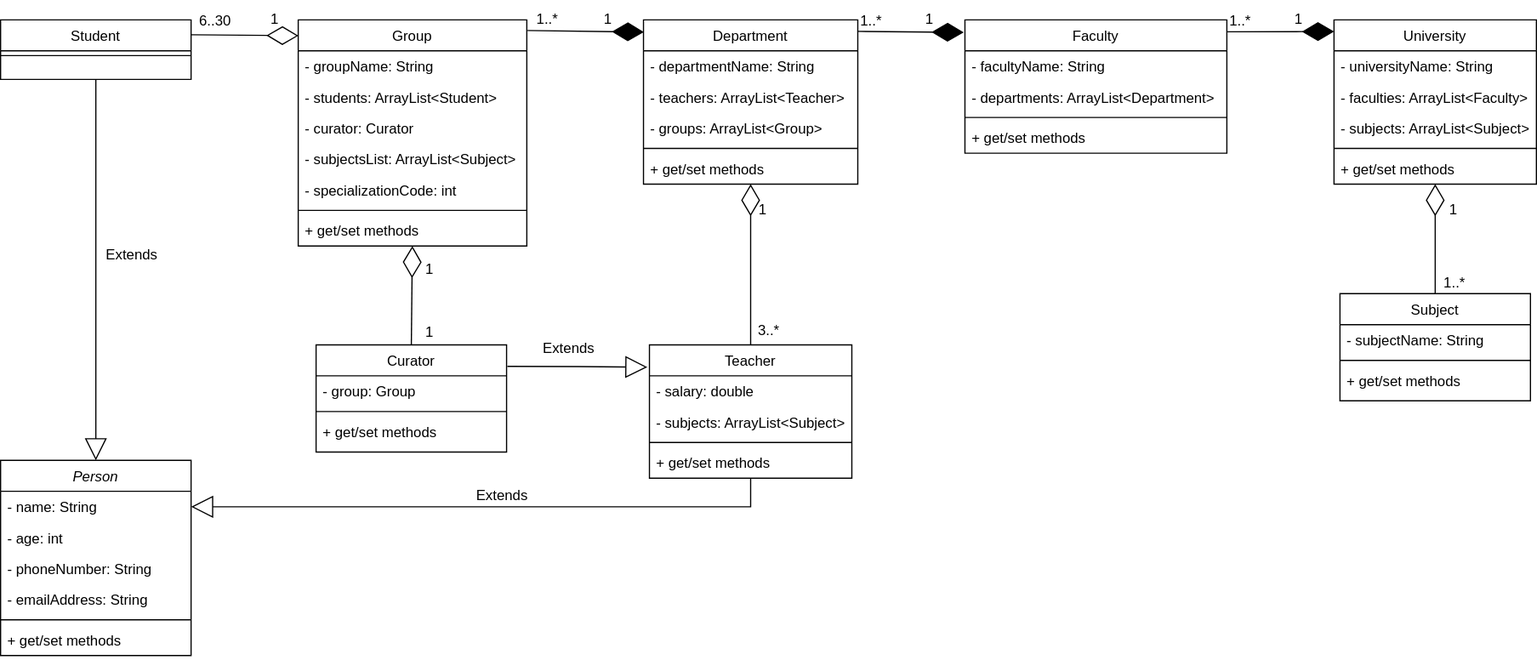
Above: task3/task3 diagram.svg in Fastroof/Infopulse-Junior-SE-Tasks (draw.io), before the change. Source tidied: cells renumbered, new cells last; positions are measured from the earlier drawing's top-left corner, leaving out a move shared by most shapes.
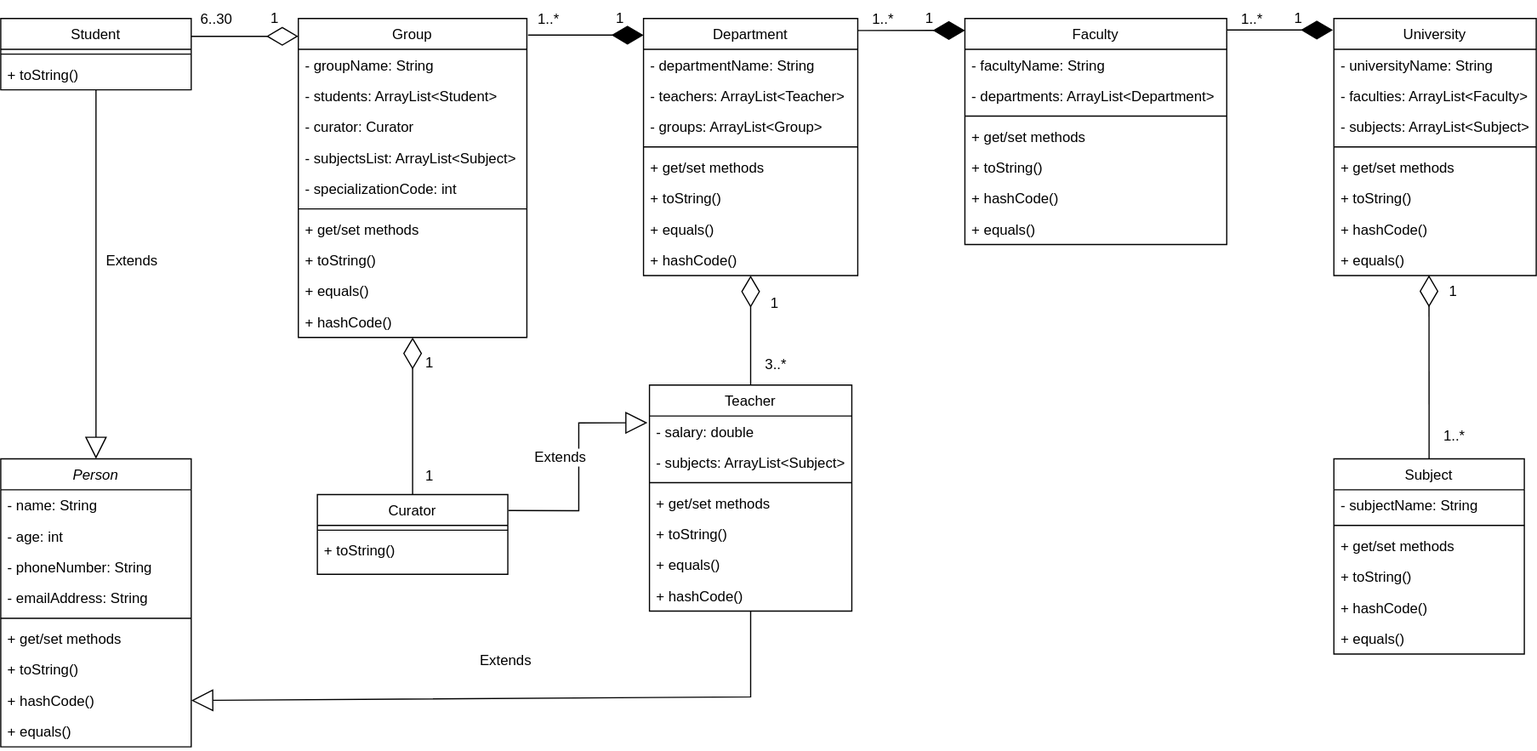
The same diagram one commit later.

Commit message:
Full update task3

What changed in the source:
```diff
@@ -1,2 +1,2 @@
-<mxGraphModel background="#FFFFFF">
+<mxGraphModel background="#ffffff">
   <root>
@@ -5,3 +5,3 @@
     <mxCell id="2" value="Person" style="swimlane;fontStyle=2;align=center;verticalAlign=top;horizontal=1;startSize=26;rounded=0;shadow=0;strokeWidth=1;" parent="1" vertex="1">
-      <mxGeometry y="380" width="160" height="164" as="geometry" />
+      <mxGeometry y="380" width="160" height="242" as="geometry" />
     </mxCell>
@@ -25,4 +25,13 @@
     </mxCell>
+    <mxCell id="73" value="+ toString()" style="text;align=left;verticalAlign=top;spacingLeft=4;spacingRight=4;overflow=hidden;" parent="2" vertex="1">
+      <mxGeometry y="164" width="160" height="26" as="geometry" />
+    </mxCell>
+    <mxCell id="74" value="+ hashCode()" style="text;align=left;verticalAlign=top;spacingLeft=4;spacingRight=4;overflow=hidden;points=[[0,0.5],[1,0.5]];portConstraint=eastwest;" parent="2" vertex="1">
+      <mxGeometry y="190" width="160" height="26" as="geometry" />
+    </mxCell>
+    <mxCell id="75" value="+ equals()" style="text;align=left;verticalAlign=top;spacingLeft=4;spacingRight=4;overflow=hidden;" parent="2" vertex="1">
+      <mxGeometry y="216" width="160" height="26" as="geometry" />
+    </mxCell>
     <mxCell id="9" value="University" style="swimlane;fontStyle=0;align=center;verticalAlign=top;horizontal=1;startSize=26;rounded=0;shadow=0;strokeWidth=1;" parent="1" vertex="1">
-      <mxGeometry x="1120" y="10" width="170" height="138" as="geometry" />
+      <mxGeometry x="1120" y="10" width="170" height="216" as="geometry" />
     </mxCell>
@@ -43,4 +52,13 @@
     </mxCell>
+    <mxCell id="76" value="+ toString()" style="text;align=left;verticalAlign=top;spacingLeft=4;spacingRight=4;overflow=hidden;" parent="9" vertex="1">
+      <mxGeometry y="138" width="170" height="26" as="geometry" />
+    </mxCell>
+    <mxCell id="77" value="+ hashCode()" style="text;align=left;verticalAlign=top;spacingLeft=4;spacingRight=4;overflow=hidden;" parent="9" vertex="1">
+      <mxGeometry y="164" width="170" height="26" as="geometry" />
+    </mxCell>
+    <mxCell id="78" value="+ equals()" style="text;align=left;verticalAlign=top;spacingLeft=4;spacingRight=4;overflow=hidden;points=[[0,0.5],[1,0.5]];portConstraint=eastwest;" parent="9" vertex="1">
+      <mxGeometry y="190" width="170" height="26" as="geometry" />
+    </mxCell>
     <mxCell id="15" value="Faculty" style="swimlane;fontStyle=0;align=center;verticalAlign=top;horizontal=1;startSize=26;rounded=0;shadow=0;strokeWidth=1;" parent="1" vertex="1">
-      <mxGeometry x="810" y="10" width="220" height="112" as="geometry" />
+      <mxGeometry x="810" y="10" width="220" height="190" as="geometry" />
     </mxCell>
@@ -58,4 +76,13 @@
     </mxCell>
+    <mxCell id="79" value="+ toString()" style="text;align=left;verticalAlign=top;spacingLeft=4;spacingRight=4;overflow=hidden;" parent="15" vertex="1">
+      <mxGeometry y="112" width="220" height="26" as="geometry" />
+    </mxCell>
+    <mxCell id="80" value="+ hashCode()" style="text;align=left;verticalAlign=top;spacingLeft=4;spacingRight=4;overflow=hidden;" parent="15" vertex="1">
+      <mxGeometry y="138" width="220" height="26" as="geometry" />
+    </mxCell>
+    <mxCell id="81" value="+ equals()" style="text;align=left;verticalAlign=top;spacingLeft=4;spacingRight=4;overflow=hidden;" parent="15" vertex="1">
+      <mxGeometry y="164" width="220" height="26" as="geometry" />
+    </mxCell>
     <mxCell id="20" value="Department" style="swimlane;fontStyle=0;align=center;verticalAlign=top;horizontal=1;startSize=26;rounded=0;shadow=0;strokeWidth=1;" parent="1" vertex="1">
-      <mxGeometry x="540" y="10" width="180" height="138" as="geometry" />
+      <mxGeometry x="540" y="10" width="180" height="216" as="geometry" />
     </mxCell>
@@ -76,4 +103,13 @@
     </mxCell>
+    <mxCell id="82" value="+ toString()" style="text;align=left;verticalAlign=top;spacingLeft=4;spacingRight=4;overflow=hidden;" parent="20" vertex="1">
+      <mxGeometry y="138" width="180" height="26" as="geometry" />
+    </mxCell>
+    <mxCell id="83" value="+ equals()" style="text;align=left;verticalAlign=top;spacingLeft=4;spacingRight=4;overflow=hidden;" parent="20" vertex="1">
+      <mxGeometry y="164" width="180" height="26" as="geometry" />
+    </mxCell>
+    <mxCell id="84" value="+ hashCode()" style="text;align=left;verticalAlign=top;spacingLeft=4;spacingRight=4;overflow=hidden;points=[[0,0.5],[1,0.5]];portConstraint=eastwest;" parent="20" vertex="1">
+      <mxGeometry y="190" width="180" height="26" as="geometry" />
+    </mxCell>
     <mxCell id="26" value="Group" style="swimlane;fontStyle=0;align=center;verticalAlign=top;horizontal=1;startSize=26;rounded=0;shadow=0;strokeWidth=1;" parent="1" vertex="1">
-      <mxGeometry x="250" y="10" width="192" height="190" as="geometry" />
+      <mxGeometry x="250" y="10" width="192" height="268" as="geometry" />
     </mxCell>
@@ -100,4 +136,13 @@
     </mxCell>
+    <mxCell id="85" value="+ toString()" style="text;align=left;verticalAlign=top;spacingLeft=4;spacingRight=4;overflow=hidden;" parent="26" vertex="1">
+      <mxGeometry y="190" width="192" height="26" as="geometry" />
+    </mxCell>
+    <mxCell id="86" value="+ equals()" style="text;align=left;verticalAlign=top;spacingLeft=4;spacingRight=4;overflow=hidden;" parent="26" vertex="1">
+      <mxGeometry y="216" width="192" height="26" as="geometry" />
+    </mxCell>
+    <mxCell id="87" value="+ hashCode()" style="text;align=left;verticalAlign=top;spacingLeft=4;spacingRight=4;overflow=hidden;points=[[0,0.5],[1,0.5]];portConstraint=eastwest;" parent="26" vertex="1">
+      <mxGeometry y="242" width="192" height="26" as="geometry" />
+    </mxCell>
     <mxCell id="34" value="Student" style="swimlane;fontStyle=0;align=center;verticalAlign=top;horizontal=1;startSize=26;rounded=0;shadow=0;strokeWidth=1;" parent="1" vertex="1">
-      <mxGeometry y="10" width="160" height="50" as="geometry" />
+      <mxGeometry y="10" width="160" height="60" as="geometry" />
     </mxCell>
@@ -106,4 +151,7 @@
     </mxCell>
+    <mxCell id="88" value="+ toString()" style="text;align=left;verticalAlign=top;spacingLeft=4;spacingRight=4;overflow=hidden;" parent="34" vertex="1">
+      <mxGeometry y="34" width="160" height="26" as="geometry" />
+    </mxCell>
     <mxCell id="36" value="Teacher" style="swimlane;fontStyle=0;align=center;verticalAlign=top;horizontal=1;startSize=26;rounded=0;shadow=0;strokeWidth=1;" parent="1" vertex="1">
-      <mxGeometry x="545" y="283" width="170" height="112" as="geometry" />
+      <mxGeometry x="545" y="318" width="170" height="190" as="geometry" />
     </mxCell>
@@ -121,16 +169,22 @@
     </mxCell>
+    <mxCell id="89" value="+ toString()" style="text;align=left;verticalAlign=top;spacingLeft=4;spacingRight=4;overflow=hidden;" parent="36" vertex="1">
+      <mxGeometry y="112" width="170" height="26" as="geometry" />
+    </mxCell>
+    <mxCell id="90" value="+ equals()" style="text;align=left;verticalAlign=top;spacingLeft=4;spacingRight=4;overflow=hidden;" parent="36" vertex="1">
+      <mxGeometry y="138" width="170" height="26" as="geometry" />
+    </mxCell>
+    <mxCell id="91" value="+ hashCode()" style="text;align=left;verticalAlign=top;spacingLeft=4;spacingRight=4;overflow=hidden;" parent="36" vertex="1">
+      <mxGeometry y="164" width="170" height="26" as="geometry" />
+    </mxCell>
     <mxCell id="41" value="Curator" style="swimlane;fontStyle=0;align=center;verticalAlign=top;horizontal=1;startSize=26;rounded=0;shadow=0;strokeWidth=1;" parent="1" vertex="1">
-      <mxGeometry x="265" y="283" width="160" height="90" as="geometry" />
+      <mxGeometry x="266" y="410" width="160" height="67" as="geometry" />
     </mxCell>
-    <mxCell id="42" value="- group: Group" style="text;align=left;verticalAlign=top;spacingLeft=4;spacingRight=4;overflow=hidden;" parent="41" vertex="1">
-      <mxGeometry y="26" width="160" height="26" as="geometry" />
-    </mxCell>
     <mxCell id="43" style="line;html=1;strokeWidth=1;align=left;verticalAlign=middle;spacingTop=-1;spacingLeft=3;spacingRight=3;labelPosition=right;" parent="41" vertex="1">
-      <mxGeometry y="52" width="160" height="8" as="geometry" />
+      <mxGeometry y="26" width="160" height="8" as="geometry" />
     </mxCell>
-    <mxCell id="44" value="+ get/set methods" style="text;align=left;verticalAlign=top;spacingLeft=4;spacingRight=4;overflow=hidden;" parent="41" vertex="1">
-      <mxGeometry y="60" width="160" height="26" as="geometry" />
-    </mxCell>
+    <mxCell id="92" value="+ toString()" style="text;align=left;verticalAlign=top;spacingLeft=4;spacingRight=4;overflow=hidden;" parent="41" vertex="1">
+      <mxGeometry y="34" width="160" height="26" as="geometry" />
+    </mxCell>
     <mxCell id="45" value="Subject" style="swimlane;fontStyle=0;align=center;verticalAlign=top;horizontal=1;startSize=26;rounded=0;shadow=0;strokeWidth=1;" parent="1" vertex="1">
-      <mxGeometry x="1125" y="240" width="160" height="90" as="geometry" />
+      <mxGeometry x="1120" y="380" width="160" height="164" as="geometry" />
     </mxCell>
@@ -145,3 +199,12 @@
     </mxCell>
+    <mxCell id="93" value="+ toString()" style="text;align=left;verticalAlign=top;spacingLeft=4;spacingRight=4;overflow=hidden;" parent="45" vertex="1">
+      <mxGeometry y="86" width="160" height="26" as="geometry" />
+    </mxCell>
+    <mxCell id="94" value="+ hashCode()" style="text;align=left;verticalAlign=top;spacingLeft=4;spacingRight=4;overflow=hidden;" parent="45" vertex="1">
+      <mxGeometry y="112" width="160" height="26" as="geometry" />
+    </mxCell>
+    <mxCell id="95" value="+ equals()" style="text;align=left;verticalAlign=top;spacingLeft=4;spacingRight=4;overflow=hidden;" parent="45" vertex="1">
+      <mxGeometry y="138" width="160" height="26" as="geometry" />
+    </mxCell>
-    <mxCell id="49" style="endArrow=diamondThin;endFill=1;endSize=24;html=1;fontSize=19;entryX=0;entryY=0.071;entryDx=0;entryDy=0;entryPerimeter=0;exitX=1.001;exitY=0.089;exitDx=0;exitDy=0;exitPerimeter=0;" parent="1" edge="1" source="15" target="9">
+    <mxCell id="49" style="endArrow=diamondThin;endFill=1;endSize=24;html=1;fontSize=19;entryX=-0.005;entryY=0.045;entryDx=0;entryDy=0;entryPerimeter=0;exitX=1;exitY=0.051;exitDx=0;exitDy=0;exitPerimeter=0;" parent="1" edge="1" source="15" target="9">
       <mxGeometry relative="1" as="geometry" />
@@ -150,9 +213,7 @@
       <mxGeometry x="-0.16" y="1" relative="1" as="geometry">
-        <mxPoint x="-28" y="-9" as="offset" />
+        <mxPoint x="-18" y="-9" as="offset" />
       </mxGeometry>
     </mxCell>
-    <mxCell id="51" style="endArrow=diamondThin;endFill=1;endSize=24;html=1;fontSize=19;entryX=-0.005;entryY=0.094;entryDx=0;entryDy=0;entryPerimeter=0;" parent="1" edge="1" target="15">
-      <mxGeometry relative="1" as="geometry">
-        <mxPoint x="720" y="19.7" as="sourcePoint" />
-      </mxGeometry>
+    <mxCell id="51" style="endArrow=diamondThin;endFill=1;endSize=24;html=1;fontSize=19;exitX=1.001;exitY=0.047;exitDx=0;exitDy=0;exitPerimeter=0;entryX=0;entryY=0.053;entryDx=0;entryDy=0;entryPerimeter=0;" parent="1" edge="1" source="20" target="15">
+      <mxGeometry relative="1" as="geometry" />
     </mxCell>
@@ -160,6 +221,6 @@
       <mxGeometry x="-0.16" y="1" relative="1" as="geometry">
-        <mxPoint x="-28" y="-9" as="offset" />
+        <mxPoint x="-18" y="-9" as="offset" />
       </mxGeometry>
     </mxCell>
-    <mxCell id="53" style="endArrow=diamondThin;endFill=1;endSize=24;html=1;fontSize=19;entryX=0.002;entryY=0.074;entryDx=0;entryDy=0;entryPerimeter=0;exitX=1.003;exitY=0.047;exitDx=0;exitDy=0;exitPerimeter=0;" parent="1" edge="1" source="26" target="20">
+    <mxCell id="53" style="endArrow=diamondThin;endFill=1;endSize=24;html=1;fontSize=19;exitX=1.005;exitY=0.052;exitDx=0;exitDy=0;exitPerimeter=0;entryX=0;entryY=0.065;entryDx=0;entryDy=0;entryPerimeter=0;" parent="1" edge="1" source="26" target="20">
       <mxGeometry relative="1" as="geometry" />
@@ -168,6 +229,6 @@
       <mxGeometry x="-0.16" y="1" relative="1" as="geometry">
-        <mxPoint x="-26" y="-9" as="offset" />
+        <mxPoint x="-24" y="-13" as="offset" />
       </mxGeometry>
     </mxCell>
-    <mxCell id="55" style="endArrow=diamondThin;endFill=0;endSize=24;html=1;fontSize=12;entryX=0.001;entryY=0.07;entryDx=0;entryDy=0;entryPerimeter=0;exitX=1;exitY=0.25;exitDx=0;exitDy=0;" parent="1" edge="1" source="34" target="26">
+    <mxCell id="55" style="endArrow=diamondThin;endFill=0;endSize=24;html=1;fontSize=12;exitX=1;exitY=0.25;exitDx=0;exitDy=0;entryX=0;entryY=0.056;entryDx=0;entryDy=0;entryPerimeter=0;" parent="1" edge="1" source="34" target="26">
       <mxGeometry relative="1" as="geometry" />
@@ -176,3 +237,3 @@
       <mxGeometry x="0.14" relative="1" as="geometry">
-        <mxPoint x="-32" y="-13" as="offset" />
+        <mxPoint x="-32" y="-15" as="offset" />
       </mxGeometry>
@@ -182,5 +243,2 @@
     </mxCell>
-    <mxCell id="58" value="1" style="text;html=1;align=center;verticalAlign=middle;strokeColor=none;fontSize=12;" parent="1" vertex="1">
-      <mxGeometry x="500" width="20" height="20" as="geometry" />
-    </mxCell>
     <mxCell id="59" value="1" style="text;html=1;align=center;verticalAlign=middle;strokeColor=none;fontSize=12;" parent="1" vertex="1">
@@ -191,3 +249,3 @@
     </mxCell>
-    <mxCell id="61" style="endArrow=diamondThin;endFill=0;endSize=24;html=1;fontSize=12;exitX=0.5;exitY=0;exitDx=0;exitDy=0;" parent="1" edge="1" source="45" target="14">
+    <mxCell id="61" style="endArrow=diamondThin;endFill=0;endSize=24;html=1;fontSize=12;exitX=0.5;exitY=0;exitDx=0;exitDy=0;entryX=0.47;entryY=0.989;entryDx=0;entryDy=0;entryPerimeter=0;" parent="1" edge="1" source="45" target="78">
       <mxGeometry relative="1" as="geometry" />
@@ -195,5 +253,5 @@
     <mxCell id="62" value="1" style="text;html=1;align=center;verticalAlign=middle;strokeColor=none;fontSize=12;" parent="1" vertex="1">
-      <mxGeometry x="1210" y="160" width="20" height="20" as="geometry" />
+      <mxGeometry x="1210" y="230" width="20" height="20" as="geometry" />
     </mxCell>
-    <mxCell id="63" style="endArrow=diamondThin;endFill=0;endSize=24;html=1;fontSize=12;exitX=0.5;exitY=0;exitDx=0;exitDy=0;" parent="1" edge="1" source="36" target="25">
+    <mxCell id="63" style="endArrow=diamondThin;endFill=0;endSize=24;html=1;fontSize=12;exitX=0.5;exitY=0;exitDx=0;exitDy=0;" parent="1" edge="1" source="36" target="84">
       <mxGeometry relative="1" as="geometry" />
@@ -202,3 +260,3 @@
       <mxGeometry x="-0.73" y="-1" relative="1" as="geometry">
-        <mxPoint x="13" y="5" as="offset" />
+        <mxPoint x="19" y="-6" as="offset" />
       </mxGeometry>
@@ -206,12 +264,9 @@
     <mxCell id="65" value="1" style="text;html=1;align=center;verticalAlign=middle;strokeColor=none;fontSize=12;" parent="1" vertex="1">
-      <mxGeometry x="630" y="160" width="20" height="20" as="geometry" />
+      <mxGeometry x="640" y="240" width="20" height="20" as="geometry" />
     </mxCell>
-    <mxCell id="66" style="endArrow=diamondThin;endFill=0;endSize=24;html=1;fontSize=12;exitX=0.5;exitY=0;exitDx=0;exitDy=0;" parent="1" edge="1" source="41" target="33">
+    <mxCell id="66" style="endArrow=diamondThin;endFill=0;endSize=24;html=1;fontSize=12;startArrow=none;exitX=0.5;exitY=0;exitDx=0;exitDy=0;" parent="1" edge="1" source="41" target="87">
       <mxGeometry relative="1" as="geometry" />
     </mxCell>
-    <mxCell id="67" value="1" style="text;html=1;align=center;verticalAlign=middle;strokeColor=none;fontSize=12;" parent="1" vertex="1">
-      <mxGeometry x="350" y="210" width="20" height="20" as="geometry" />
-    </mxCell>
     <mxCell id="68" value="1" style="text;html=1;align=center;verticalAlign=middle;strokeColor=none;fontSize=12;" parent="1" vertex="1">
-      <mxGeometry x="350" y="263" width="20" height="20" as="geometry" />
+      <mxGeometry x="350" y="290" width="20" height="20" as="geometry" />
     </mxCell>
@@ -226,8 +281,8 @@
     <mxCell id="71" value="1..*" style="edgeLabel;html=1;align=center;verticalAlign=middle;fontSize=12;" parent="1" vertex="1">
-      <mxGeometry x="1220" y="230" as="geometry" />
+      <mxGeometry x="1220" y="360" as="geometry" />
     </mxCell>
-    <mxCell id="72" value="Extends" style="endArrow=block;endSize=16;endFill=0;html=1;fontSize=12;exitX=0.5;exitY=1;exitDx=0;exitDy=0;entryX=1;entryY=0.5;entryDx=0;entryDy=0;rounded=0;" parent="1" edge="1" source="36" target="3">
-      <mxGeometry x="-0.05" y="-9" relative="1" as="geometry">
+    <mxCell id="72" value="Extends" style="endArrow=block;endSize=16;endFill=0;html=1;fontSize=12;exitX=0.5;exitY=1;exitDx=0;exitDy=0;entryX=1;entryY=0.5;entryDx=0;entryDy=0;rounded=0;" parent="1" edge="1" source="36" target="74">
+      <mxGeometry x="0.02" y="-31" relative="1" as="geometry">
         <Array as="points">
-          <mxPoint x="630" y="419" />
+          <mxPoint x="630" y="580" />
         </Array>
@@ -235,2 +290,8 @@
     </mxCell>
+    <mxCell id="96" value="1" style="text;html=1;align=center;verticalAlign=middle;strokeColor=none;fontSize=12;" parent="1" vertex="1">
+      <mxGeometry x="350" y="385" width="20" height="20" as="geometry" />
+    </mxCell>
+    <mxCell id="97" value="1" style="text;html=1;align=center;verticalAlign=middle;strokeColor=none;fontSize=12;" parent="1" vertex="1">
+      <mxGeometry x="510" width="20" height="20" as="geometry" />
+    </mxCell>
   </root>
```
